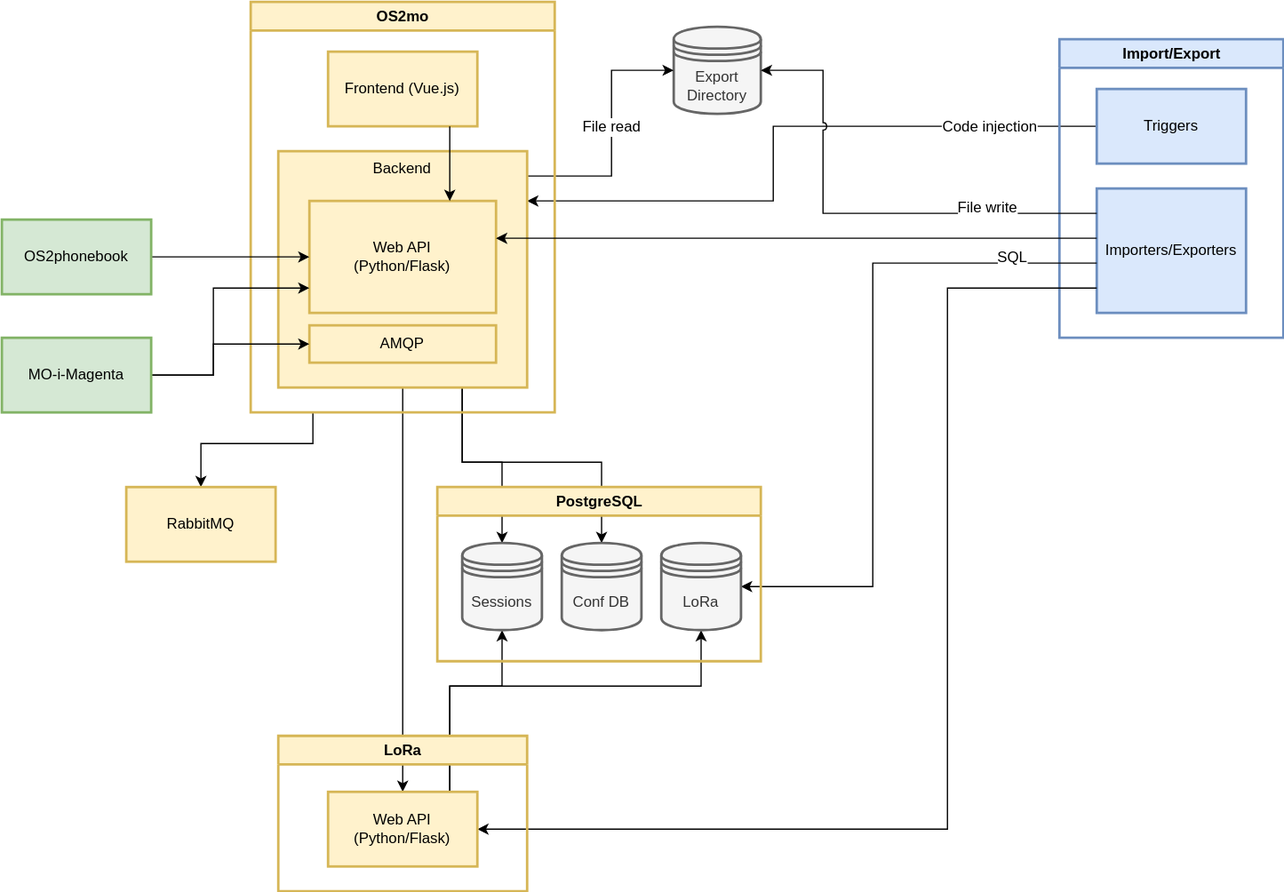
Before: docs/graphics/os2mo.svg, a diagram exported from draw.io (OS2mo/os2mo). Source tidied: cells renumbered, new cells last; positions are measured from the earlier drawing's top-left corner, leaving out a move shared by most shapes.
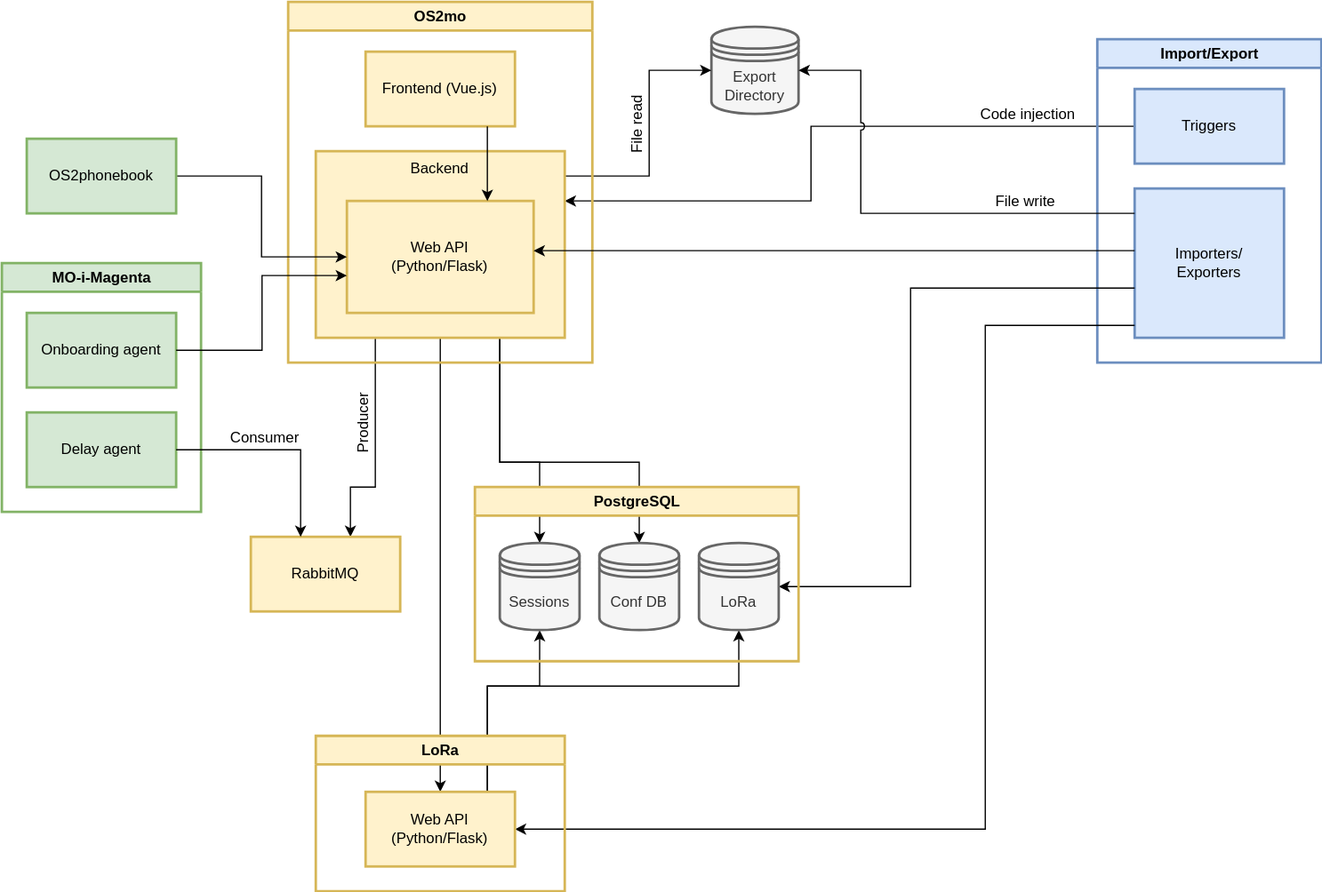
The same file after the commit.

Commit message:
[#27169] Update architecture diagram

Flesh out MO-i-Magenta a bit to make it clear how we use AMQP

What changed in the source:
```diff
@@ -13,14 +13,19 @@
         </Array>
       </mxGeometry>
     </mxCell>
-    <mxCell id="4" style="edgeStyle=orthogonalEdgeStyle;rounded=0;comic=0;jumpStyle=arc;jettySize=auto;html=1;shadow=0;startArrow=none;startFill=0;strokeColor=#000000;" parent="1" edge="1" source="26" target="8">
+    <mxCell id="4" style="edgeStyle=orthogonalEdgeStyle;rounded=0;comic=0;jumpStyle=arc;jettySize=auto;html=1;shadow=0;startArrow=none;startFill=0;strokeColor=#000000;" parent="1" edge="1" source="27" target="8">
       <mxGeometry relative="1" as="geometry">
         <Array as="points">
-          <mxPoint x="250" y="355" />
-          <mxPoint x="160" y="355" />
+          <mxPoint x="270" y="390" />
+          <mxPoint x="250" y="390" />
         </Array>
       </mxGeometry>
     </mxCell>
+    <mxCell id="40" value="Producer" style="text;html=1;align=center;verticalAlign=middle;labelBackgroundColor=#ffffff;horizontal=0;" parent="4" vertex="1">
+      <mxGeometry x="-0.58" y="-3" relative="1" as="geometry">
+        <mxPoint x="-7" y="32" as="offset" />
+      </mxGeometry>
+    </mxCell>
     <mxCell id="5" style="edgeStyle=orthogonalEdgeStyle;rounded=0;comic=0;jumpStyle=arc;jettySize=auto;html=1;entryX=0.5;entryY=0;entryDx=0;entryDy=0;shadow=0;startArrow=none;startFill=0;strokeColor=#000000;" parent="1" edge="1" source="27" target="19">
       <mxGeometry relative="1" as="geometry">
         <Array as="points">
@@ -47,7 +52,7 @@
       </mxGeometry>
     </mxCell>
     <mxCell id="8" value="RabbitMQ" style="rounded=0;whiteSpace=wrap;html=1;fillColor=#fff2cc;strokeColor=#d6b656;strokeWidth=2;" parent="1" vertex="1">
-      <mxGeometry x="100" y="390" width="120" height="60" as="geometry" />
+      <mxGeometry x="170" y="430" width="120" height="60" as="geometry" />
     </mxCell>
     <mxCell id="9" style="edgeStyle=orthogonalEdgeStyle;rounded=0;jettySize=auto;html=1;" parent="1" edge="1" source="12" target="27">
       <mxGeometry relative="1" as="geometry">
@@ -59,22 +64,22 @@
     </mxCell>
     <mxCell id="10" value="Code injection" style="text;align=center;verticalAlign=middle;labelBackgroundColor=#ffffff;labelBorderColor=none;html=1;" parent="9" vertex="1">
       <mxGeometry x="-0.06" y="-3" relative="1" as="geometry">
-        <mxPoint x="156" y="3" as="offset" />
+        <mxPoint x="156" y="-7" as="offset" />
       </mxGeometry>
     </mxCell>
     <mxCell id="11" value="Import/Export" style="swimlane;rounded=0;strokeColor=#6c8ebf;strokeWidth=2;fillColor=#dae8fc;html=1;startSize=23;noLabel=0;" parent="1" vertex="1">
-      <mxGeometry x="850" y="30" width="180" height="240" as="geometry" />
+      <mxGeometry x="850" y="30" width="180" height="260" as="geometry" />
     </mxCell>
     <mxCell id="12" value="Triggers" style="rounded=0;whiteSpace=wrap;html=1;strokeColor=#6c8ebf;strokeWidth=2;fillColor=#dae8fc;" parent="11" vertex="1">
       <mxGeometry x="30" y="40" width="120" height="60" as="geometry" />
     </mxCell>
-    <mxCell id="13" value="Importers/Exporters" style="rounded=0;whiteSpace=wrap;html=1;strokeColor=#6c8ebf;strokeWidth=2;fillColor=#dae8fc;" parent="11" vertex="1">
-      <mxGeometry x="30" y="120" width="120" height="100" as="geometry" />
+    <mxCell id="13" value="Importers/&lt;br&gt;Exporters" style="rounded=0;whiteSpace=wrap;html=1;strokeColor=#6c8ebf;strokeWidth=2;fillColor=#dae8fc;" parent="11" vertex="1">
+      <mxGeometry x="30" y="120" width="120" height="120" as="geometry" />
     </mxCell>
     <mxCell id="14" style="edgeStyle=orthogonalEdgeStyle;rounded=0;jettySize=auto;html=1;" parent="1" edge="1" source="13" target="39">
       <mxGeometry relative="1" as="geometry">
         <Array as="points">
-          <mxPoint x="760" y="230" />
+          <mxPoint x="760" y="260" />
           <mxPoint x="760" y="665" />
         </Array>
       </mxGeometry>
@@ -82,16 +87,11 @@
     <mxCell id="15" style="edgeStyle=orthogonalEdgeStyle;rounded=0;jettySize=auto;html=1;" parent="1" edge="1" source="13" target="20">
       <mxGeometry relative="1" as="geometry">
         <Array as="points">
-          <mxPoint x="700" y="210" />
+          <mxPoint x="700" y="230" />
           <mxPoint x="700" y="470" />
         </Array>
       </mxGeometry>
     </mxCell>
-    <mxCell id="16" value="SQL" style="text;html=1;align=center;verticalAlign=middle;labelBackgroundColor=#ffffff;" parent="15" vertex="1">
-      <mxGeometry x="-0.75" y="-3" relative="1" as="geometry">
-        <mxPoint y="-2" as="offset" />
-      </mxGeometry>
-    </mxCell>
     <mxCell id="17" value="PostgreSQL" style="swimlane;rounded=0;strokeColor=#d6b656;strokeWidth=2;fillColor=#fff2cc;gradientColor=none;html=1;" parent="1" vertex="1">
       <mxGeometry x="350" y="390" width="260" height="140" as="geometry" />
     </mxCell>
@@ -117,7 +117,7 @@
     </mxCell>
     <mxCell id="23" value="File write" style="text;html=1;align=center;verticalAlign=middle;labelBackgroundColor=#ffffff;" parent="22" vertex="1">
       <mxGeometry x="-0.54" y="-2" relative="1" as="geometry">
-        <mxPoint y="-3" as="offset" />
+        <mxPoint y="-8" as="offset" />
       </mxGeometry>
     </mxCell>
     <mxCell id="24" style="edgeStyle=orthogonalEdgeStyle;rounded=0;jumpStyle=arc;jettySize=auto;html=1;" parent="1" edge="1" source="27" target="21">
@@ -128,20 +128,17 @@
         </Array>
       </mxGeometry>
     </mxCell>
-    <mxCell id="25" value="File read" style="text;html=1;align=center;verticalAlign=middle;labelBackgroundColor=#ffffff;" parent="24" vertex="1">
+    <mxCell id="25" value="File read" style="text;html=1;align=center;verticalAlign=middle;labelBackgroundColor=#ffffff;horizontal=0;" parent="24" vertex="1">
       <mxGeometry x="-0.53" y="2" relative="1" as="geometry">
-        <mxPoint x="20.2" y="-38" as="offset" />
+        <mxPoint x="10.8" y="-38" as="offset" />
       </mxGeometry>
     </mxCell>
     <mxCell id="26" value="OS2mo" style="swimlane;rounded=0;strokeColor=#d6b656;strokeWidth=2;fillColor=#fff2cc;html=1;" parent="1" vertex="1">
-      <mxGeometry x="200" width="244.3" height="330" as="geometry" />
+      <mxGeometry x="200" width="244.3" height="290" as="geometry" />
     </mxCell>
     <mxCell id="27" value="Backend" style="rounded=0;strokeColor=#d6b656;strokeWidth=2;fillColor=#fff2cc;labelPosition=center;verticalLabelPosition=middle;align=center;verticalAlign=top;spacingTop=0;html=1;whiteSpace=wrap;labelBorderColor=none;labelBackgroundColor=none;fontColor=#000000;horizontal=1;gradientColor=none;" parent="26" vertex="1">
-      <mxGeometry x="22.2" y="120" width="200" height="190" as="geometry" />
+      <mxGeometry x="22.2" y="120" width="200" height="150" as="geometry" />
     </mxCell>
-    <mxCell id="28" value="AMQP" style="rounded=0;whiteSpace=wrap;html=1;strokeColor=#d6b656;strokeWidth=2;fillColor=#fff2cc;gradientColor=none;" parent="27" vertex="1">
-      <mxGeometry x="25" y="140" width="150" height="30" as="geometry" />
-    </mxCell>
     <mxCell id="29" value="Web API&lt;br&gt;(Python/Flask)" style="rounded=0;whiteSpace=wrap;html=1;fillColor=#fff2cc;strokeColor=#d6b656;strokeWidth=2;" parent="27" vertex="1">
       <mxGeometry x="25" y="40" width="150" height="90" as="geometry" />
     </mxCell>
@@ -160,40 +157,50 @@
       <mxGeometry relative="1" as="geometry" />
     </mxCell>
     <mxCell id="33" value="OS2phonebook" style="rounded=0;whiteSpace=wrap;html=1;strokeColor=#82b366;strokeWidth=2;fillColor=#d5e8d4;" parent="1" vertex="1">
-      <mxGeometry y="175" width="120" height="60" as="geometry" />
+      <mxGeometry x="-10" y="110" width="120" height="60" as="geometry" />
     </mxCell>
     <mxCell id="34" style="edgeStyle=orthogonalEdgeStyle;rounded=0;jettySize=auto;html=1;" parent="1" edge="1" source="13" target="29">
       <mxGeometry relative="1" as="geometry">
         <Array as="points">
-          <mxPoint x="840" y="190" />
-          <mxPoint x="840" y="190" />
+          <mxPoint x="850" y="200" />
+          <mxPoint x="850" y="200" />
         </Array>
       </mxGeometry>
     </mxCell>
-    <mxCell id="35" style="edgeStyle=orthogonalEdgeStyle;rounded=0;jettySize=auto;html=1;" parent="1" edge="1" source="37" target="28">
-      <mxGeometry relative="1" as="geometry">
-        <Array as="points">
-          <mxPoint x="170" y="300" />
-          <mxPoint x="170" y="275" />
-        </Array>
-      </mxGeometry>
-    </mxCell>
-    <mxCell id="36" style="edgeStyle=orthogonalEdgeStyle;rounded=0;jettySize=auto;html=1;" parent="1" edge="1" source="37" target="29">
-      <mxGeometry relative="1" as="geometry">
-        <Array as="points">
-          <mxPoint x="170" y="300" />
-          <mxPoint x="170" y="230" />
-        </Array>
-      </mxGeometry>
-    </mxCell>
-    <mxCell id="37" value="MO-i-Magenta" style="rounded=0;whiteSpace=wrap;html=1;strokeColor=#82b366;strokeWidth=2;fillColor=#d5e8d4;" parent="1" vertex="1">
-      <mxGeometry y="270" width="120" height="60" as="geometry" />
-    </mxCell>
     <mxCell id="38" value="LoRa" style="swimlane;rounded=0;strokeColor=#d6b656;strokeWidth=2;fillColor=#fff2cc;gradientColor=none;html=1;" parent="1" vertex="1">
       <mxGeometry x="222.2" y="590" width="200" height="125" as="geometry" />
     </mxCell>
     <mxCell id="39" value="Web API&lt;br&gt;(Python/Flask)" style="whiteSpace=wrap;html=1;fillColor=#fff2cc;strokeColor=#d6b656;rounded=0;strokeWidth=2;" parent="38" vertex="1">
       <mxGeometry x="40" y="45" width="120" height="60" as="geometry" />
     </mxCell>
+    <mxCell id="41" value="MO-i-Magenta" style="swimlane;rounded=0;strokeColor=#82b366;strokeWidth=2;fillColor=#d5e8d4;html=1;" parent="1" vertex="1">
+      <mxGeometry x="-30" y="210" width="160" height="200" as="geometry" />
+    </mxCell>
+    <mxCell id="42" value="Onboarding agent" style="rounded=0;whiteSpace=wrap;html=1;strokeColor=#82b366;strokeWidth=2;fillColor=#d5e8d4;" parent="41" vertex="1">
+      <mxGeometry x="20" y="40" width="120" height="60" as="geometry" />
+    </mxCell>
+    <mxCell id="37" value="Delay agent" style="rounded=0;whiteSpace=wrap;html=1;strokeColor=#82b366;strokeWidth=2;fillColor=#d5e8d4;" parent="41" vertex="1">
+      <mxGeometry x="20" y="120" width="120" height="60" as="geometry" />
+    </mxCell>
+    <mxCell id="43" style="edgeStyle=orthogonalEdgeStyle;rounded=0;jettySize=auto;html=1;" parent="1" edge="1" source="37" target="8">
+      <mxGeometry relative="1" as="geometry">
+        <Array as="points">
+          <mxPoint x="210" y="360" />
+        </Array>
+      </mxGeometry>
+    </mxCell>
+    <mxCell id="44" value="Consumer" style="text;html=1;align=center;verticalAlign=middle;labelBackgroundColor=#ffffff;" parent="43" vertex="1">
+      <mxGeometry x="-0.6" y="-4" relative="1" as="geometry">
+        <mxPoint x="36" y="-14" as="offset" />
+      </mxGeometry>
+    </mxCell>
+    <mxCell id="45" style="edgeStyle=orthogonalEdgeStyle;rounded=0;jettySize=auto;html=1;" parent="1" edge="1" source="42" target="29">
+      <mxGeometry relative="1" as="geometry">
+        <Array as="points">
+          <mxPoint x="179" y="280" />
+          <mxPoint x="179" y="220" />
+        </Array>
+      </mxGeometry>
+    </mxCell>
   </root>
 </mxGraphModel>
```
